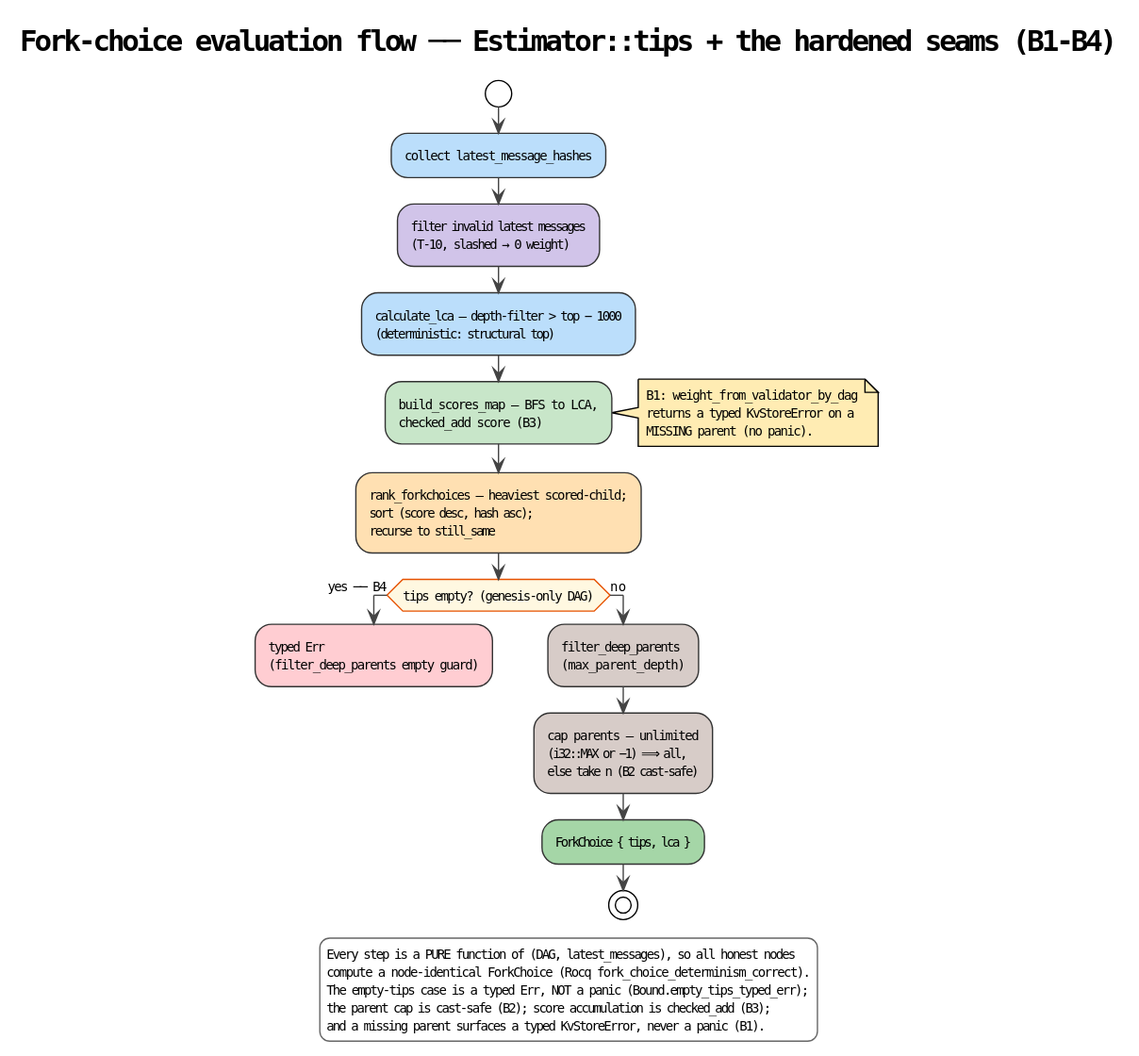
Above: docs/theory/fork-choice/diagrams/05-activity-estimator-flow.svg in F1R3FLY-io/f1r3node-rust (PlantUML), before the change.
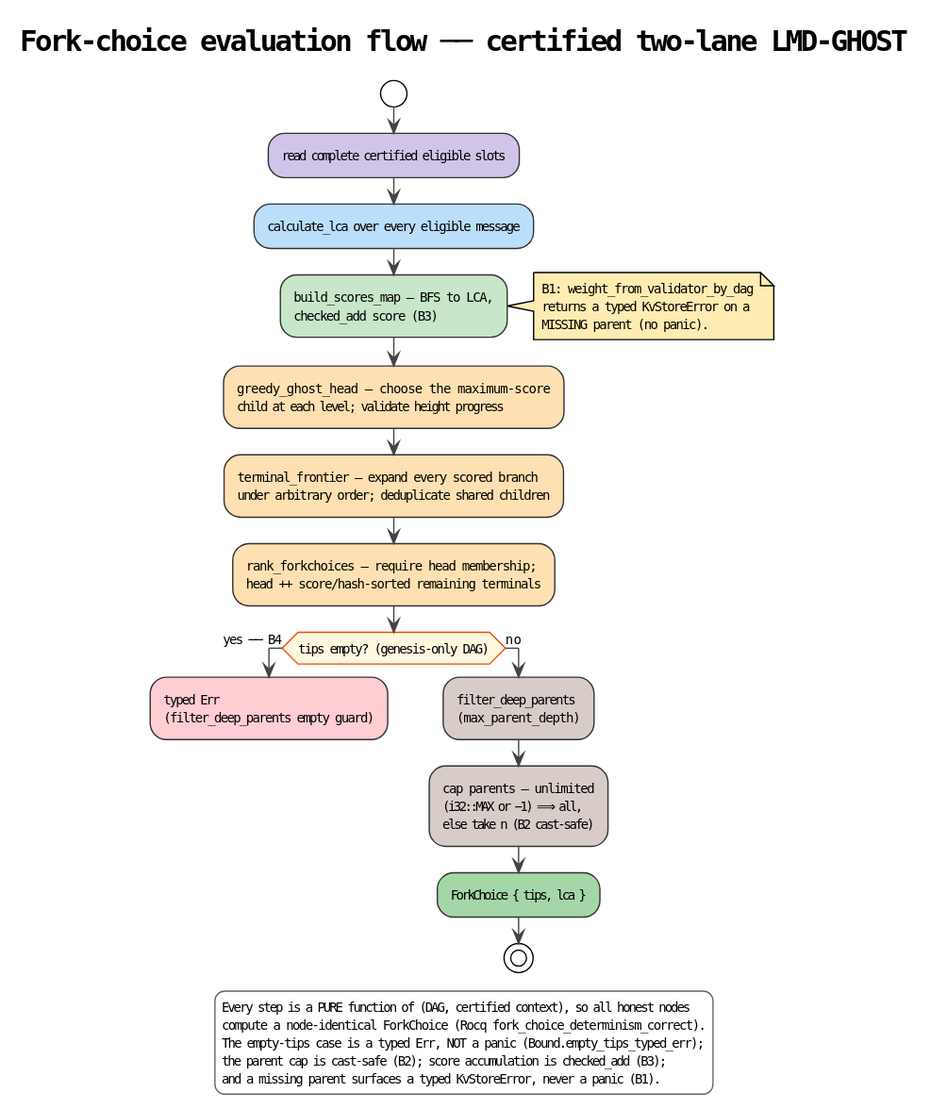
After the change.

The edit, as a diff of the source:
```diff
@@ -15,20 +15,21 @@
 skinparam defaultFontName "monospace"
 skinparam defaultFontSize 10
 
-title Fork-choice evaluation flow ── Estimator::tips + the hardened seams (B1-B4)
+title Fork-choice evaluation flow ── certified two-lane LMD-GHOST
 
 
 start
-:collect latest_message_hashes; <<#BBDEFB>>
-:filter invalid latest messages\n(T-10, slashed → 0 weight); <<#D1C4E9>>
-:calculate_lca — depth-filter > top − 1000\n(deterministic: structural top); <<#BBDEFB>>
+:read complete certified eligible slots; <<#D1C4E9>>
+:calculate_lca over every eligible message; <<#BBDEFB>>
 :build_scores_map — BFS to LCA,\nchecked_add score (B3); <<#C8E6C9>>
 note right #FFECB3
   B1: weight_from_validator_by_dag
   returns a typed KvStoreError on a
   MISSING parent (no panic).
 end note
-:rank_forkchoices — heaviest scored-child;\nsort (score desc, hash asc);\nrecurse to still_same; <<#FFE0B2>>
+:greedy_ghost_head — choose the maximum-score\nchild at each level; validate height progress; <<#FFE0B2>>
+:terminal_frontier — expand every scored branch\nunder arbitrary order; deduplicate shared children; <<#FFE0B2>>
+:rank_forkchoices — require head membership;\nhead ++ score/hash-sorted remaining terminals; <<#FFE0B2>>
 
 if (tips empty? (genesis-only DAG)) then (yes ── B4)
   :typed Err\n(filter_deep_parents empty guard); <<#FFCDD2>>
@@ -41,7 +42,7 @@
 endif
 
 legend bottom
-  Every step is a PURE function of (DAG, latest_messages), so all honest nodes
+  Every step is a PURE function of (DAG, certified context), so all honest nodes
   compute a node-identical ForkChoice (Rocq fork_choice_determinism_correct).
   The empty-tips case is a typed Err, NOT a panic (Bound.empty_tips_typed_err);
   the parent cap is cast-safe (B2); score accumulation is checked_add (B3);
```
